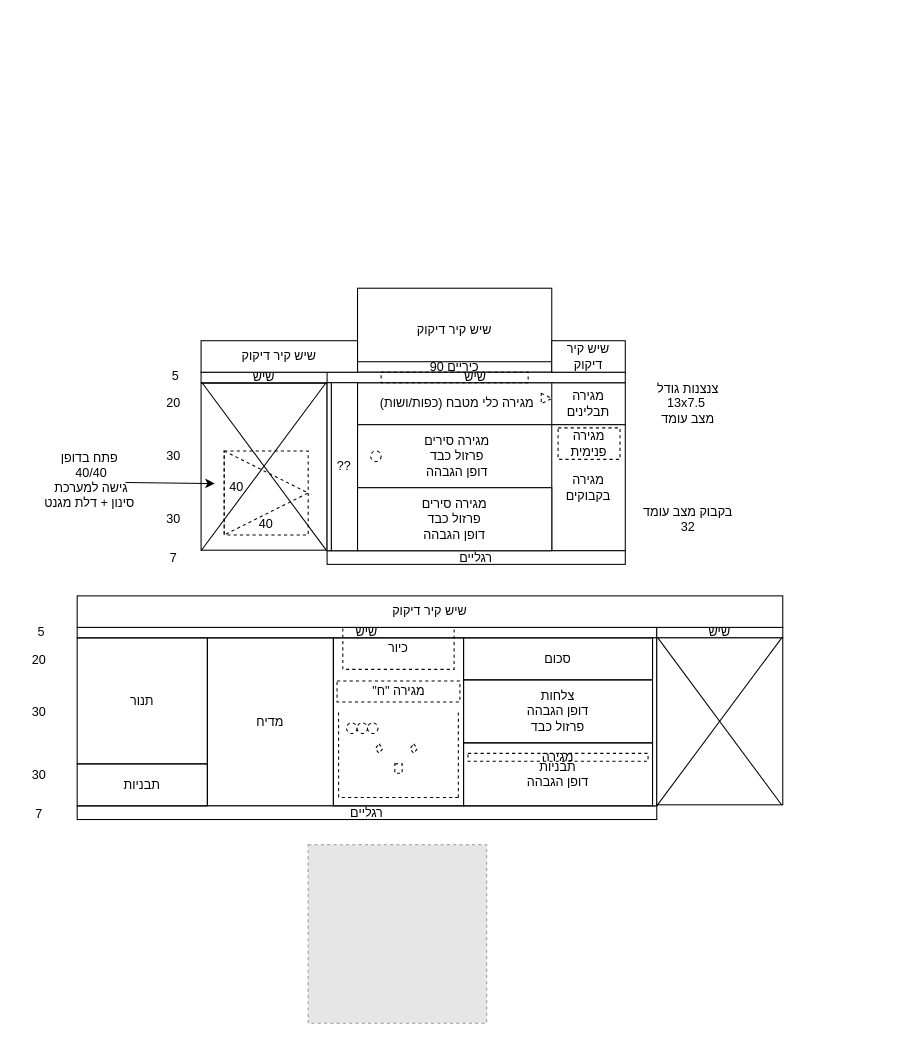
Earlier version of the draw.io diagram kitchen1.drawio (alonbl/alonbl.github.io). Source tidied: cells renumbered, new cells numbered last; positions are measured from the earlier drawing's top-left corner, leaving out a move shared by most shapes. Both pictures are drawn from the tidied source at 105%, with x=0, y=0 at pixel (18, 288). Pictures stored in the file or linked from it are replaced by grey dashed boxes.
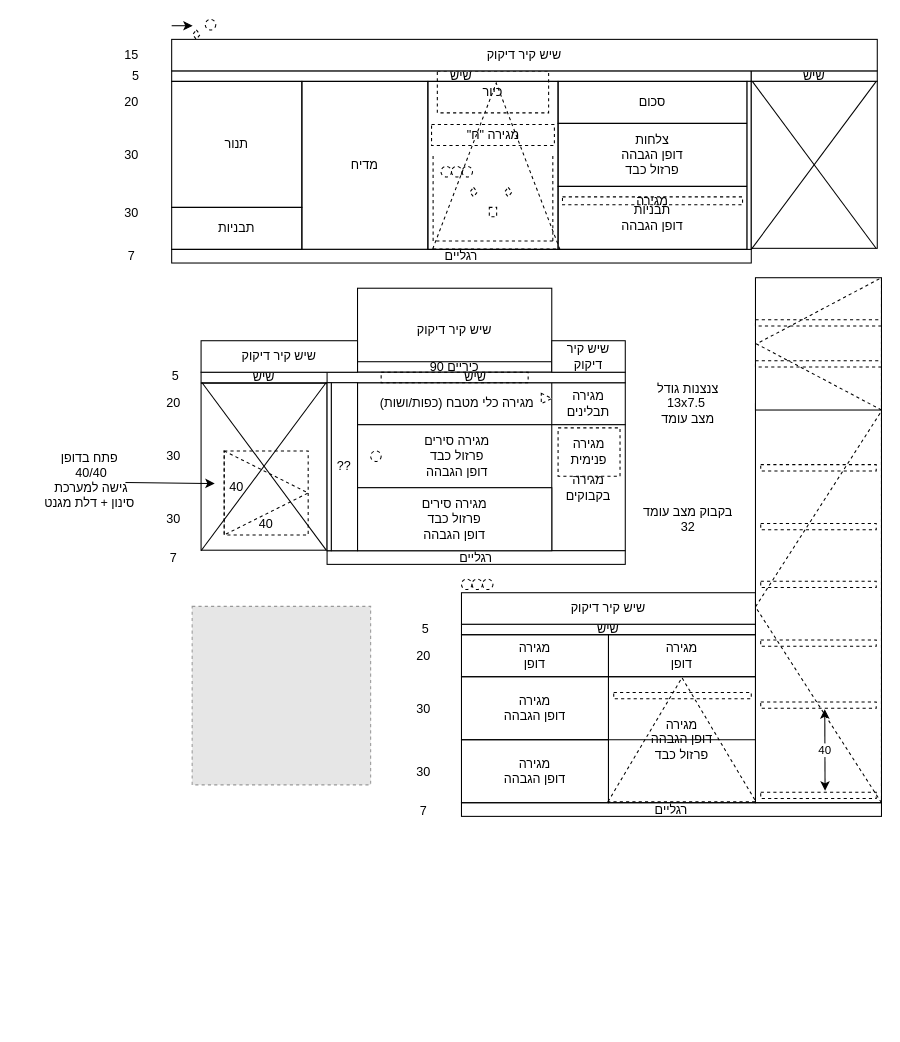
Above is the later version.

Diff of the diagram source:
```diff
@@
     <mxCell id="33" value="&lt;div style=&quot;direction: rtl&quot;&gt;&lt;span&gt;מגירה פנימית&lt;/span&gt;&lt;/div&gt;" style="rounded=0;whiteSpace=wrap;html=1;direction=&quot;rtl&quot;;dashed=1;" parent="1" vertex="1">
-      <mxGeometry x="514" y="133" width="59" height="30" as="geometry" />
+      <mxGeometry x="514" y="133" width="59" height="46" as="geometry" />
     </mxCell>
     <mxCell id="34" value="שיש" style="rounded=0;whiteSpace=wrap;html=1;direction=&quot;rtl&quot;;" parent="1" vertex="1">
-      <mxGeometry x="56" y="323" width="552" height="10" as="geometry" />
+      <mxGeometry x="146" y="-207" width="552" height="10" as="geometry" />
     </mxCell>
     <mxCell id="35" value="5" style="text;html=1;strokeColor=none;fillColor=none;align=center;verticalAlign=middle;whiteSpace=wrap;rounded=0;" parent="1" vertex="1">
-      <mxGeometry x="2" y="323" width="40" height="10" as="geometry" />
+      <mxGeometry x="92" y="-207" width="40" height="10" as="geometry" />
     </mxCell>
     <mxCell id="36" value="20" style="text;html=1;strokeColor=none;fillColor=none;align=center;verticalAlign=middle;whiteSpace=wrap;rounded=0;" parent="1" vertex="1">
-      <mxGeometry y="344" width="40" height="20" as="geometry" />
+      <mxGeometry x="88" y="-187" width="40" height="20" as="geometry" />
     </mxCell>
     <mxCell id="37" value="30" style="text;html=1;strokeColor=none;fillColor=none;align=center;verticalAlign=middle;whiteSpace=wrap;rounded=0;" parent="1" vertex="1">
-      <mxGeometry y="394" width="40" height="20" as="geometry" />
+      <mxGeometry x="88" y="-137" width="40" height="20" as="geometry" />
     </mxCell>
     <mxCell id="38" value="30" style="text;html=1;strokeColor=none;fillColor=none;align=center;verticalAlign=middle;whiteSpace=wrap;rounded=0;" parent="1" vertex="1">
-      <mxGeometry y="454" width="40" height="20" as="geometry" />
+      <mxGeometry x="88" y="-81" width="40" height="20" as="geometry" />
     </mxCell>
     <mxCell id="39" value="7" style="text;html=1;strokeColor=none;fillColor=none;align=center;verticalAlign=middle;whiteSpace=wrap;rounded=0;" parent="1" vertex="1">
-      <mxGeometry y="494" width="40" height="13" as="geometry" />
+      <mxGeometry x="88" y="-37" width="40" height="13" as="geometry" />
     </mxCell>
     <mxCell id="40" value="&lt;div style=&quot;direction: rtl&quot;&gt;&lt;span&gt;מדיח&lt;/span&gt;&lt;/div&gt;" style="rounded=0;whiteSpace=wrap;html=1;fillColor=none;" parent="1" vertex="1">
-      <mxGeometry x="180" y="333" width="120" height="160" as="geometry" />
+      <mxGeometry x="270" y="-197" width="120" height="160" as="geometry" />
     </mxCell>
     <mxCell id="41" value="רגליים" style="rounded=0;whiteSpace=wrap;html=1;direction=&quot;rtl&quot;;" parent="1" vertex="1">
-      <mxGeometry x="56" y="493" width="552" height="13" as="geometry" />
+      <mxGeometry x="146" y="-37" width="552" height="13" as="geometry" />
     </mxCell>
     <mxCell id="42" value="&lt;div style=&quot;direction: rtl&quot;&gt;&lt;span&gt;תבניות&lt;/span&gt;&lt;/div&gt;" style="rounded=0;whiteSpace=wrap;html=1;fillColor=none;" parent="1" vertex="1">
-      <mxGeometry x="56" y="453" width="124" height="40" as="geometry" />
+      <mxGeometry x="146" y="-77" width="124" height="40" as="geometry" />
     </mxCell>
     <mxCell id="43" value="&lt;div style=&quot;direction: rtl&quot;&gt;&lt;span&gt;תנור&lt;/span&gt;&lt;/div&gt;" style="rounded=0;whiteSpace=wrap;html=1;fillColor=none;" parent="1" vertex="1">
-      <mxGeometry x="56" y="333" width="124" height="120" as="geometry" />
+      <mxGeometry x="146" y="-197" width="124" height="120" as="geometry" />
     </mxCell>
@@
     <mxCell id="45" value="&lt;div style=&quot;direction: rtl&quot;&gt;כיור&lt;/div&gt;" style="rounded=0;whiteSpace=wrap;html=1;fillColor=none;dashed=1;" parent="1" vertex="1">
-      <mxGeometry x="309" y="323" width="106" height="40" as="geometry" />
+      <mxGeometry x="399" y="-207" width="106" height="40" as="geometry" />
     </mxCell>
     <mxCell id="46" style="fillColor=#E6E6E6;strokeColor=#999999;dashed=1;verticalLabelPosition=bottom;verticalAlign=top;" parent="1" vertex="1">
-      <mxGeometry x="276" y="530" width="170" height="170" as="geometry" />
+      <mxGeometry x="165.5" y="303" width="170" height="170" as="geometry" />
     </mxCell>
     <mxCell id="47" value="&lt;div style=&quot;direction: rtl&quot;&gt;&lt;br&gt;&lt;/div&gt;" style="rounded=0;whiteSpace=wrap;html=1;fillColor=none;" parent="1" vertex="1">
-      <mxGeometry x="300" y="333" width="124" height="160" as="geometry" />
+      <mxGeometry x="390" y="-197" width="124" height="160" as="geometry" />
     </mxCell>
     <mxCell id="48" value="&lt;div style=&quot;direction: rtl&quot;&gt;סכום&lt;/div&gt;" style="rounded=0;whiteSpace=wrap;html=1;fillColor=none;" parent="1" vertex="1">
-      <mxGeometry x="424" y="333" width="180" height="40" as="geometry" />
+      <mxGeometry x="514" y="-197" width="180" height="40" as="geometry" />
     </mxCell>
     <mxCell id="49" value="&lt;div style=&quot;direction: rtl&quot;&gt;צלחות&lt;/div&gt;&lt;div style=&quot;direction: rtl&quot;&gt;דופן הגבהה&lt;/div&gt;&lt;div style=&quot;direction: rtl&quot;&gt;פרזול כבד&lt;/div&gt;" style="rounded=0;whiteSpace=wrap;html=1;fillColor=none;" parent="1" vertex="1">
-      <mxGeometry x="424" y="373" width="180" height="60" as="geometry" />
+      <mxGeometry x="514" y="-157" width="180" height="60" as="geometry" />
     </mxCell>
     <mxCell id="50" value="&lt;div style=&quot;direction: rtl&quot;&gt;תבניות&lt;/div&gt;&lt;div style=&quot;direction: rtl&quot;&gt;דופן הגבהה&lt;/div&gt;" style="rounded=0;whiteSpace=wrap;html=1;fillColor=none;" parent="1" vertex="1">
-      <mxGeometry x="424" y="433" width="180" height="60" as="geometry" />
+      <mxGeometry x="514" y="-97" width="180" height="60" as="geometry" />
     </mxCell>
     <mxCell id="51" style="rounded=0;whiteSpace=wrap;html=1;direction=&quot;rtl&quot;;" parent="1" vertex="1">
-      <mxGeometry x="604" y="333" width="4" height="160" as="geometry" />
+      <mxGeometry x="694" y="-197" width="4" height="160" as="geometry" />
     </mxCell>
@@
     <mxCell id="53" style="ellipse;whiteSpace=wrap;html=1;dashed=1;fillColor=none;" parent="1" vertex="1">
-      <mxGeometry x="312.5" y="414" width="10" height="10" as="geometry" />
+      <mxGeometry x="402.5" y="-116" width="10" height="10" as="geometry" />
     </mxCell>
     <mxCell id="54" style="ellipse;whiteSpace=wrap;html=1;dashed=1;fillColor=none;" parent="1" vertex="1">
-      <mxGeometry x="332.5" y="414" width="10" height="10" as="geometry" />
+      <mxGeometry x="422.5" y="-116" width="10" height="10" as="geometry" />
     </mxCell>
     <mxCell id="55" style="ellipse;whiteSpace=wrap;html=1;dashed=1;fillColor=none;" parent="1" vertex="1">
-      <mxGeometry x="322.5" y="414" width="10" height="10" as="geometry" />
+      <mxGeometry x="412.5" y="-116" width="10" height="10" as="geometry" />
     </mxCell>
     <mxCell id="56" style="rhombus;whiteSpace=wrap;html=1;dashed=1;fillColor=none;" parent="1" vertex="1">
-      <mxGeometry x="340" y="434" width="7" height="9" as="geometry" />
+      <mxGeometry x="430" y="-96" width="7" height="9" as="geometry" />
     </mxCell>
     <mxCell id="57" style="rounded=0;whiteSpace=wrap;html=1;dashed=1;fontFamily=Helvetica;fontSize=12;fontColor=#000000;align=center;strokeColor=#000000;" parent="1" vertex="1">
-      <mxGeometry x="358.5" y="453" width="7" height="9" as="geometry" />
+      <mxGeometry x="448.5" y="-77" width="7" height="9" as="geometry" />
     </mxCell>
     <mxCell id="58" style="rhombus;whiteSpace=wrap;html=1;dashed=1;fillColor=none;" parent="1" vertex="1">
-      <mxGeometry x="373" y="434" width="7" height="9" as="geometry" />
+      <mxGeometry x="463" y="-96" width="7" height="9" as="geometry" />
     </mxCell>
     <mxCell id="59" value="שיש" style="rounded=0;whiteSpace=wrap;html=1;direction=&quot;rtl&quot;;" parent="1" vertex="1">
-      <mxGeometry x="608" y="323" width="120" height="10" as="geometry" />
+      <mxGeometry x="698" y="-207" width="120" height="10" as="geometry" />
     </mxCell>
     <mxCell id="60" style="rounded=0;whiteSpace=wrap;html=1;direction=&quot;rtl&quot;;" parent="1" vertex="1">
-      <mxGeometry x="608" y="333" width="120" height="159" as="geometry" />
+      <mxGeometry x="698" y="-197" width="120" height="159" as="geometry" />
     </mxCell>
     <mxCell id="61" style="endArrow=none;html=1;entryX=0.008;entryY=-0.003;entryDx=0;entryDy=0;entryPerimeter=0;exitX=0.992;exitY=0.998;exitDx=0;exitDy=0;exitPerimeter=0;" parent="1" edge="1">
       <mxGeometry relative="1" as="geometry">
-        <mxPoint x="727" y="492.2" as="sourcePoint" />
-        <mxPoint x="609" y="333" as="targetPoint" />
+        <mxPoint x="817" y="-37.8" as="sourcePoint" />
+        <mxPoint x="699" y="-197" as="targetPoint" />
       </mxGeometry>
     </mxCell>
     <mxCell id="62" style="endArrow=none;html=1;entryX=0.992;entryY=-0.003;entryDx=0;entryDy=0;entryPerimeter=0;" parent="1" edge="1">
       <mxGeometry relative="1" as="geometry">
-        <mxPoint x="608" y="493" as="sourcePoint" />
-        <mxPoint x="727" y="333" as="targetPoint" />
+        <mxPoint x="698" y="-37" as="sourcePoint" />
+        <mxPoint x="817" y="-197" as="targetPoint" />
       </mxGeometry>
     </mxCell>
     <mxCell id="63" value="&lt;div style=&quot;direction: rtl&quot;&gt;מגירה &quot;ח&quot;&lt;/div&gt;" style="rounded=0;whiteSpace=wrap;html=1;fillColor=none;dashed=1;" parent="1" vertex="1">
-      <mxGeometry x="303.5" y="374" width="117" height="20" as="geometry" />
+      <mxGeometry x="393.5" y="-156" width="117" height="20" as="geometry" />
     </mxCell>
     <mxCell id="64" style="endArrow=none;dashed=1;html=1;entryX=0.04;entryY=0.444;entryDx=0;entryDy=0;entryPerimeter=0;" parent="1" edge="1" target="47">
       <mxGeometry relative="1" as="geometry">
-        <mxPoint x="305" y="485" as="sourcePoint" />
+        <mxPoint x="395" y="-45" as="sourcePoint" />
       </mxGeometry>
     </mxCell>
     <mxCell id="65" style="endArrow=none;dashed=1;html=1;entryX=0.04;entryY=0.444;entryDx=0;entryDy=0;entryPerimeter=0;" parent="1" edge="1">
       <mxGeometry relative="1" as="geometry">
-        <mxPoint x="419" y="485" as="sourcePoint" />
-        <mxPoint x="419" y="404" as="targetPoint" />
+        <mxPoint x="509" y="-45" as="sourcePoint" />
+        <mxPoint x="509" y="-126" as="targetPoint" />
       </mxGeometry>
     </mxCell>
     <mxCell id="66" style="endArrow=none;dashed=1;html=1;" parent="1" edge="1">
       <mxGeometry relative="1" as="geometry">
-        <mxPoint x="419" y="485" as="sourcePoint" />
-        <mxPoint x="305" y="485" as="targetPoint" />
+        <mxPoint x="509" y="-45" as="sourcePoint" />
+        <mxPoint x="395" y="-45" as="targetPoint" />
         <Array as="points">
-          <mxPoint x="410" y="485" />
+          <mxPoint x="500" y="-45" />
         </Array>
       </mxGeometry>
     </mxCell>
     <mxCell id="67" value="שיש קיר דיקוק" style="rounded=0;whiteSpace=wrap;html=1;direction=&quot;rtl&quot;;" parent="1" vertex="1">
-      <mxGeometry x="56" y="293" width="672" height="30" as="geometry" />
+      <mxGeometry x="146" y="-237" width="672" height="30" as="geometry" />
     </mxCell>
     <mxCell id="68" value="&lt;div style=&quot;direction: rtl&quot;&gt;&lt;span&gt;מגירה&lt;/span&gt;&lt;/div&gt;" style="rounded=0;whiteSpace=wrap;html=1;direction=&quot;rtl&quot;;dashed=1;" parent="1" vertex="1">
-      <mxGeometry x="428.2" y="443" width="171.5" height="7.5" as="geometry" />
+      <mxGeometry x="518.2" y="-87" width="171.5" height="7.5" as="geometry" />
     </mxCell>
+    <mxCell id="69" style="rhombus;whiteSpace=wrap;html=1;dashed=1;fillColor=none;" parent="1" vertex="1">
+      <mxGeometry x="166" y="-246" width="7" height="9" as="geometry" />
+    </mxCell>
+    <mxCell id="70" style="endArrow=classic;html=1;" parent="1" edge="1">
+      <mxGeometry relative="1" as="geometry">
+        <mxPoint x="146" y="-250" as="sourcePoint" />
+        <mxPoint x="166" y="-250" as="targetPoint" />
+      </mxGeometry>
+    </mxCell>
+    <mxCell id="71" value="שיש" style="rounded=0;whiteSpace=wrap;html=1;direction=&quot;rtl&quot;;" parent="1" vertex="1">
+      <mxGeometry x="422" y="320" width="280" height="10" as="geometry" />
+    </mxCell>
+    <mxCell id="72" value="5" style="text;html=1;strokeColor=none;fillColor=none;align=center;verticalAlign=middle;whiteSpace=wrap;rounded=0;" parent="1" vertex="1">
+      <mxGeometry x="368" y="320" width="40" height="10" as="geometry" />
+    </mxCell>
+    <mxCell id="73" value="20" style="text;html=1;strokeColor=none;fillColor=none;align=center;verticalAlign=middle;whiteSpace=wrap;rounded=0;" parent="1" vertex="1">
+      <mxGeometry x="366" y="341" width="40" height="20" as="geometry" />
+    </mxCell>
+    <mxCell id="74" value="30" style="text;html=1;strokeColor=none;fillColor=none;align=center;verticalAlign=middle;whiteSpace=wrap;rounded=0;" parent="1" vertex="1">
+      <mxGeometry x="366" y="391" width="40" height="20" as="geometry" />
+    </mxCell>
+    <mxCell id="75" value="30" style="text;html=1;strokeColor=none;fillColor=none;align=center;verticalAlign=middle;whiteSpace=wrap;rounded=0;" parent="1" vertex="1">
+      <mxGeometry x="366" y="451" width="40" height="20" as="geometry" />
+    </mxCell>
+    <mxCell id="76" value="7" style="text;html=1;strokeColor=none;fillColor=none;align=center;verticalAlign=middle;whiteSpace=wrap;rounded=0;" parent="1" vertex="1">
+      <mxGeometry x="366" y="491" width="40" height="13" as="geometry" />
+    </mxCell>
+    <mxCell id="77" value="רגליים" style="rounded=0;whiteSpace=wrap;html=1;direction=&quot;rtl&quot;;" parent="1" vertex="1">
+      <mxGeometry x="422" y="490" width="400" height="13" as="geometry" />
+    </mxCell>
+    <mxCell id="78" value="&lt;div style=&quot;direction: rtl&quot;&gt;&lt;span&gt;מגירה&lt;/span&gt;&lt;/div&gt;&lt;div style=&quot;direction: rtl&quot;&gt;&lt;span&gt;דופן&lt;/span&gt;&lt;/div&gt;" style="rounded=0;whiteSpace=wrap;html=1;fillColor=none;" parent="1" vertex="1">
+      <mxGeometry x="422" y="330" width="140" height="40" as="geometry" />
+    </mxCell>
+    <mxCell id="79" value="&lt;div style=&quot;direction: rtl&quot;&gt;&lt;div style=&quot;direction: rtl&quot;&gt;&lt;span&gt;מגירה&lt;/span&gt;&lt;/div&gt;&lt;div style=&quot;direction: rtl&quot;&gt;&lt;span&gt;דופן הגבהה&lt;/span&gt;&lt;/div&gt;&lt;/div&gt;" style="rounded=0;whiteSpace=wrap;html=1;fillColor=none;" parent="1" vertex="1">
+      <mxGeometry x="422" y="370" width="140" height="60" as="geometry" />
+    </mxCell>
+    <mxCell id="80" value="&lt;div style=&quot;direction: rtl&quot;&gt;&lt;div style=&quot;direction: rtl&quot;&gt;&lt;span&gt;מגירה&lt;/span&gt;&lt;/div&gt;&lt;div style=&quot;direction: rtl&quot;&gt;&lt;span&gt;דופן הגבהה&lt;/span&gt;&lt;/div&gt;&lt;/div&gt;" style="rounded=0;whiteSpace=wrap;html=1;fillColor=none;" parent="1" vertex="1">
+      <mxGeometry x="422" y="430" width="140" height="60" as="geometry" />
+    </mxCell>
+    <mxCell id="81" style="ellipse;whiteSpace=wrap;html=1;dashed=1;fillColor=none;" parent="1" vertex="1">
+      <mxGeometry x="422" y="277" width="10" height="10" as="geometry" />
+    </mxCell>
+    <mxCell id="82" style="ellipse;whiteSpace=wrap;html=1;dashed=1;fillColor=none;" parent="1" vertex="1">
+      <mxGeometry x="442" y="277" width="10" height="10" as="geometry" />
+    </mxCell>
+    <mxCell id="83" style="ellipse;whiteSpace=wrap;html=1;dashed=1;fillColor=none;" parent="1" vertex="1">
+      <mxGeometry x="432" y="277" width="10" height="10" as="geometry" />
+    </mxCell>
+    <mxCell id="84" value="שיש קיר דיקוק" style="rounded=0;whiteSpace=wrap;html=1;direction=&quot;rtl&quot;;" parent="1" vertex="1">
+      <mxGeometry x="422" y="290" width="280" height="30" as="geometry" />
+    </mxCell>
+    <mxCell id="85" style="ellipse;whiteSpace=wrap;html=1;dashed=1;fillColor=none;" parent="1" vertex="1">
+      <mxGeometry x="178" y="-256" width="10" height="10" as="geometry" />
+    </mxCell>
+    <mxCell id="86" value="&lt;div style=&quot;direction: rtl&quot;&gt;&lt;br&gt;&lt;/div&gt;" style="rounded=0;whiteSpace=wrap;html=1;fillColor=none;" parent="1" vertex="1">
+      <mxGeometry x="702" y="110" width="120" height="380" as="geometry" />
+    </mxCell>
+    <mxCell id="87" value="&lt;div style=&quot;direction: rtl&quot;&gt;&lt;div style=&quot;direction: rtl&quot;&gt;&lt;span&gt;מגירה&lt;/span&gt;&lt;/div&gt;&lt;div style=&quot;direction: rtl&quot;&gt;&lt;span&gt;דופן הגבהה&lt;/span&gt;&lt;/div&gt;&lt;div style=&quot;direction: rtl&quot;&gt;&lt;span&gt;פרזול כבד&lt;/span&gt;&lt;/div&gt;&lt;/div&gt;" style="rounded=0;whiteSpace=wrap;html=1;fillColor=none;" parent="1" vertex="1">
+      <mxGeometry x="562" y="370" width="140" height="120" as="geometry" />
+    </mxCell>
+    <mxCell id="88" value="&lt;div style=&quot;direction: rtl&quot;&gt;&lt;span&gt;מגירה&lt;/span&gt;&lt;/div&gt;&lt;div style=&quot;direction: rtl&quot;&gt;&lt;span&gt;דופן&lt;/span&gt;&lt;/div&gt;" style="rounded=0;whiteSpace=wrap;html=1;fillColor=none;" parent="1" vertex="1">
+      <mxGeometry x="562" y="330" width="140" height="40" as="geometry" />
+    </mxCell>
+    <mxCell id="89" value="15" style="text;html=1;strokeColor=none;fillColor=none;align=center;verticalAlign=middle;whiteSpace=wrap;rounded=0;" parent="1" vertex="1">
+      <mxGeometry x="88" y="-227" width="40" height="10" as="geometry" />
+    </mxCell>
+    <mxCell id="90" value="&lt;div style=&quot;direction: rtl&quot;&gt;&lt;br&gt;&lt;/div&gt;" style="rounded=0;whiteSpace=wrap;html=1;direction=&quot;rtl&quot;;dashed=1;" parent="1" vertex="1">
+      <mxGeometry x="707" y="480" width="110" height="6" as="geometry" />
+    </mxCell>
+    <mxCell id="91" value="&lt;div style=&quot;direction: rtl&quot;&gt;&lt;br&gt;&lt;/div&gt;" style="rounded=0;whiteSpace=wrap;html=1;direction=&quot;rtl&quot;;dashed=1;" parent="1" vertex="1">
+      <mxGeometry x="707" y="394" width="110" height="6" as="geometry" />
+    </mxCell>
+    <mxCell id="92" value="40" style="endArrow=classic;startArrow=classic;html=1;exitX=0.557;exitY=-0.246;exitDx=0;exitDy=0;exitPerimeter=0;" parent="1" edge="1" source="90">
+      <mxGeometry relative="1" as="geometry">
+        <mxPoint x="768" y="401" as="targetPoint" />
+      </mxGeometry>
+    </mxCell>
+    <mxCell id="93" value="&lt;div style=&quot;direction: rtl&quot;&gt;&lt;br&gt;&lt;/div&gt;" style="rounded=0;whiteSpace=wrap;html=1;direction=&quot;rtl&quot;;dashed=1;" parent="1" vertex="1">
+      <mxGeometry x="707" y="335" width="110" height="6" as="geometry" />
+    </mxCell>
+    <mxCell id="94" value="&lt;div style=&quot;direction: rtl&quot;&gt;&lt;br&gt;&lt;/div&gt;" style="rounded=0;whiteSpace=wrap;html=1;direction=&quot;rtl&quot;;dashed=1;" parent="1" vertex="1">
+      <mxGeometry x="707" y="279" width="110" height="6" as="geometry" />
+    </mxCell>
+    <mxCell id="95" value="&lt;div style=&quot;direction: rtl&quot;&gt;&lt;br&gt;&lt;/div&gt;" style="rounded=0;whiteSpace=wrap;html=1;direction=&quot;rtl&quot;;dashed=1;" parent="1" vertex="1">
+      <mxGeometry x="707" y="224" width="110" height="6" as="geometry" />
+    </mxCell>
+    <mxCell id="96" value="&lt;div style=&quot;direction: rtl&quot;&gt;&lt;br&gt;&lt;/div&gt;" style="rounded=0;whiteSpace=wrap;html=1;direction=&quot;rtl&quot;;dashed=1;" parent="1" vertex="1">
+      <mxGeometry x="707" y="168" width="110" height="6" as="geometry" />
+    </mxCell>
+    <mxCell id="97" style="rounded=0;whiteSpace=wrap;html=1;" parent="1" vertex="1">
+      <mxGeometry x="702" y="-10" width="120" height="126" as="geometry" />
+    </mxCell>
+    <mxCell id="98" style="triangle;whiteSpace=wrap;html=1;fillColor=none;dashed=1;rotation=-180;" parent="1" vertex="1">
+      <mxGeometry x="702" y="117" width="120" height="373" as="geometry" />
+    </mxCell>
+    <mxCell id="99" style="triangle;whiteSpace=wrap;html=1;fillColor=none;dashed=1;rotation=-180;" parent="1" vertex="1">
+      <mxGeometry x="703" y="-10" width="119" height="126" as="geometry" />
+    </mxCell>
+    <mxCell id="100" value="&lt;div style=&quot;direction: rtl&quot;&gt;&lt;br&gt;&lt;/div&gt;" style="rounded=0;whiteSpace=wrap;html=1;direction=&quot;rtl&quot;;dashed=1;fillColor=none;" parent="1" vertex="1">
+      <mxGeometry x="702" y="69" width="120" height="6" as="geometry" />
+    </mxCell>
+    <mxCell id="101" value="&lt;div style=&quot;direction: rtl&quot;&gt;&lt;br&gt;&lt;/div&gt;" style="rounded=0;whiteSpace=wrap;html=1;direction=&quot;rtl&quot;;dashed=1;fillColor=none;" parent="1" vertex="1">
+      <mxGeometry x="702" y="30" width="120" height="6" as="geometry" />
+    </mxCell>
+    <mxCell id="102" style="endArrow=none;html=1;strokeWidth=1;entryX=1;entryY=0.5;entryDx=0;entryDy=0;" parent="1" edge="1" target="87">
+      <mxGeometry relative="1" as="geometry">
+        <mxPoint x="562" y="430" as="sourcePoint" />
+      </mxGeometry>
+    </mxCell>
+    <mxCell id="103" style="triangle;whiteSpace=wrap;html=1;fillColor=none;dashed=1;rotation=-90;" parent="1" vertex="1">
+      <mxGeometry x="572.9" y="359.5" width="118.2" height="141" as="geometry" />
+    </mxCell>
+    <mxCell id="104" value="&lt;div style=&quot;direction: rtl&quot;&gt;&lt;br&gt;&lt;/div&gt;" style="rounded=0;whiteSpace=wrap;html=1;direction=&quot;rtl&quot;;dashed=1;fillColor=none;" parent="1" vertex="1">
+      <mxGeometry x="567" y="385" width="131" height="6" as="geometry" />
+    </mxCell>
+    <mxCell id="105" style="triangle;whiteSpace=wrap;html=1;fillColor=none;dashed=1;rotation=-90;" parent="1" vertex="1">
+      <mxGeometry x="376.1" y="-176.9" width="158" height="121" as="geometry" />
+    </mxCell>
```
